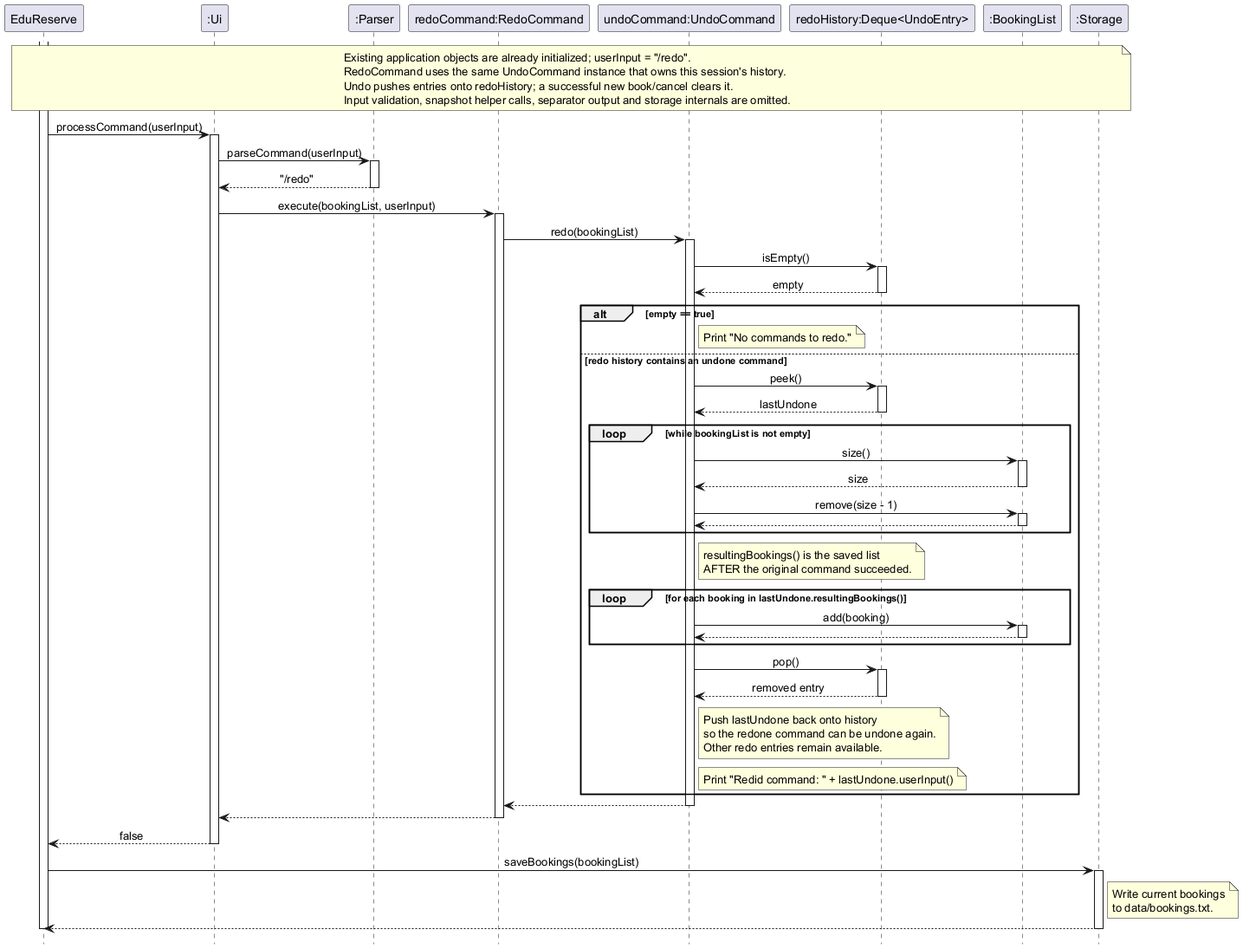
AY2627S1-CS2113-W14-2/tp keeps this PlantUML diagram as docs/UMLDiagrams/RedoCommandSequenceDiagram.png. Above is the earlier version.
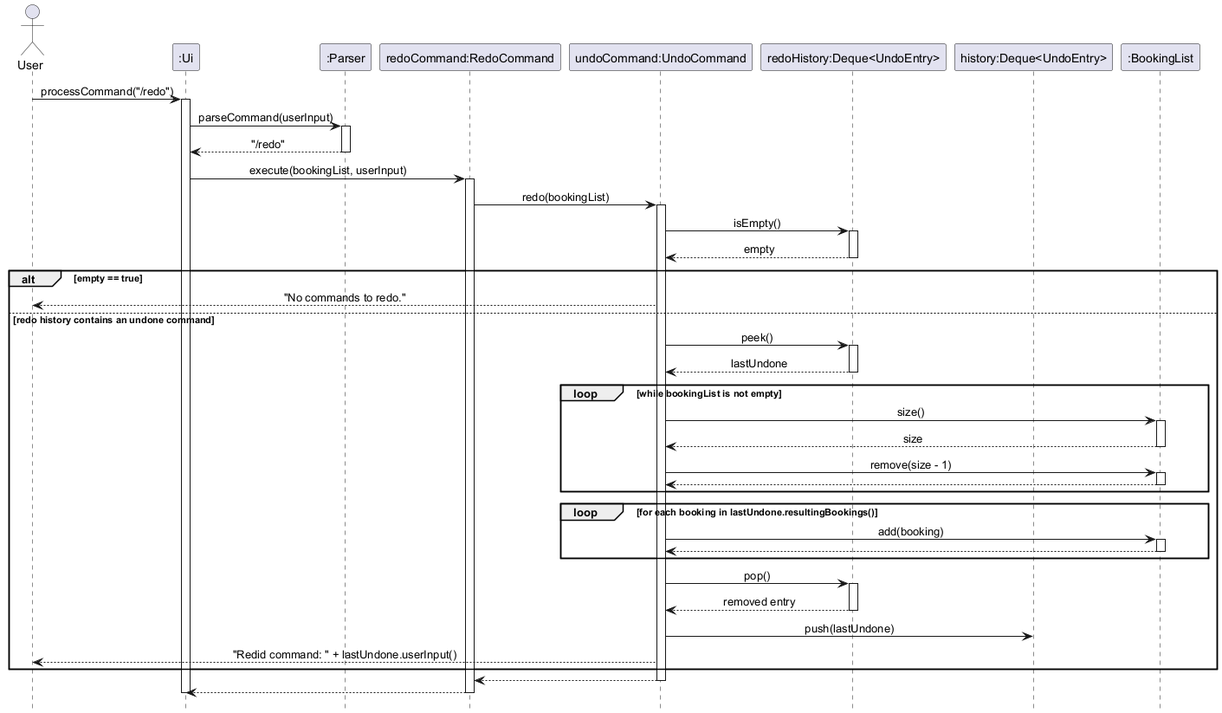
Later version of the same file.

What changed in the source:
```diff
@@ -2,24 +2,16 @@
 skinparam sequenceMessageAlign center
 hide footbox
 
-participant "EduReserve" as App
+actor User
 participant ":Ui" as UI
 participant ":Parser" as Parser
 participant "redoCommand:RedoCommand" as Redo
 participant "undoCommand:UndoCommand" as Undo
 participant "redoHistory:Deque<UndoEntry>" as RedoHistory
+participant "history:Deque<UndoEntry>" as History
 participant ":BookingList" as Bookings
-participant ":Storage" as Storage
 
-note over App, Storage
-    Existing application objects are already initialized; userInput = "/redo".
-    RedoCommand uses the same UndoCommand instance that owns this session's history.
-    Undo pushes entries onto redoHistory; a successful new book/cancel clears it.
-    Input validation, snapshot helper calls, separator output and storage internals are omitted.
-end note
-
-activate App
-App -> UI: processCommand(userInput)
+User -> UI: processCommand("/redo")
 activate UI
 UI -> Parser: parseCommand(userInput)
 activate Parser
@@ -36,7 +28,7 @@
 deactivate RedoHistory
 
 alt empty == true
-    note right of Undo: Print "No commands to redo."
+    Undo --> User: "No commands to redo."
 else redo history contains an undone command
     Undo -> RedoHistory: peek()
     activate RedoHistory
@@ -54,11 +46,6 @@
         deactivate Bookings
     end
 
-    note right of Undo
-        resultingBookings() is the saved list
-        AFTER the original command succeeded.
-    end note
-
     loop for each booking in lastUndone.resultingBookings()
         Undo -> Bookings: add(booking)
         activate Bookings
@@ -71,26 +58,15 @@
     RedoHistory --> Undo: removed entry
     deactivate RedoHistory
 
-    note right of Undo
-        Push lastUndone back onto history
-        so the redone command can be undone again.
-        Other redo entries remain available.
-    end note
+    Undo -> History: push(lastUndone)
 
-    note right of Undo: Print "Redid command: " + lastUndone.userInput()
+    Undo --> User: "Redid command: " + lastUndone.userInput()
 end
 
 Undo --> Redo
 deactivate Undo
 Redo --> UI
 deactivate Redo
-UI --> App: false
 deactivate UI
 
-App -> Storage: saveBookings(bookingList)
-activate Storage
-note right of Storage: Write current bookings\nto data/bookings.txt.
-Storage --> App
-deactivate Storage
-deactivate App
 @enduml
```
